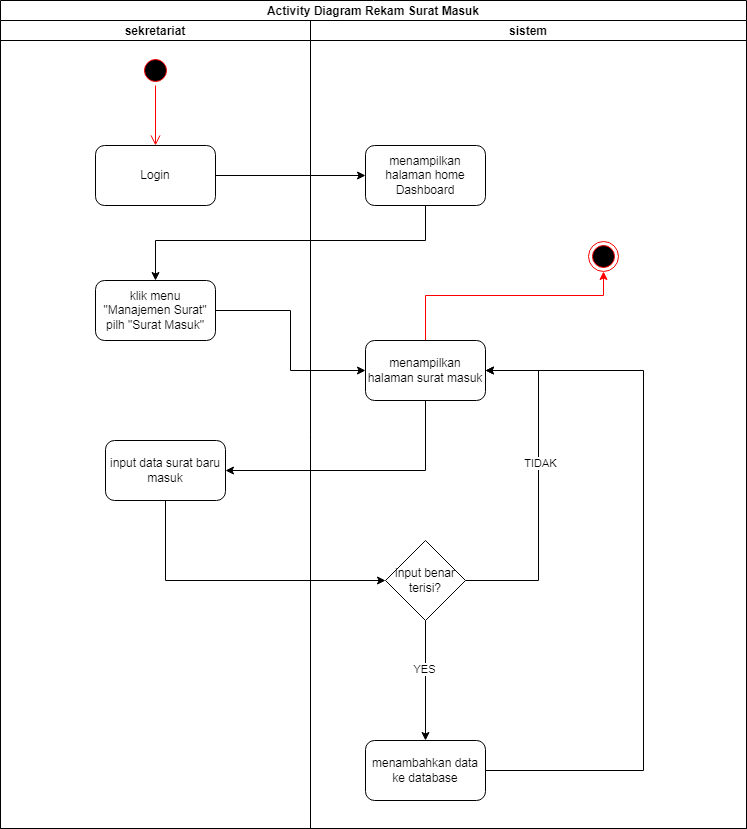
Above: SKRIPSI/UML/2. ACTIVITY/SURAT MASUK/ADD.png in Rusadi-0/KULIAH (draw.io), before the change. Source tidied: cells renumbered, new cells last; positions are measured from the earlier drawing's top-left corner, leaving out a move shared by most shapes. The source it was exported from:
```xml
<mxGraphModel>
  <root>
    <mxCell id="0" />
    <mxCell id="1" parent="0" />
    <mxCell id="2" value="Activity Diagram Rekam Surat Masuk" style="swimlane;startSize=20;" parent="1" vertex="1">
      <mxGeometry width="746" height="828" as="geometry" />
    </mxCell>
    <mxCell id="3" value="sekretariat" style="swimlane;startSize=20;" parent="2" vertex="1">
      <mxGeometry y="20" width="310" height="808" as="geometry" />
    </mxCell>
    <mxCell id="4" style="ellipse;html=1;shape=startState;fillColor=#000000;strokeColor=#ff0000;" parent="3" vertex="1">
      <mxGeometry x="140" y="35" width="30" height="30" as="geometry" />
    </mxCell>
    <mxCell id="5" style="edgeStyle=orthogonalEdgeStyle;html=1;verticalAlign=bottom;endArrow=open;endSize=8;strokeColor=#ff0000;rounded=0;entryX=0.5;entryY=0;entryDx=0;entryDy=0;exitX=0.5;exitY=1;exitDx=0;exitDy=0;" parent="3" edge="1" source="4" target="6">
      <mxGeometry relative="1" as="geometry" />
    </mxCell>
    <mxCell id="6" value="Login" style="rounded=1;whiteSpace=wrap;html=1;" parent="3" vertex="1">
      <mxGeometry x="95" y="125" width="120" height="60" as="geometry" />
    </mxCell>
    <mxCell id="7" value="klik menu &quot;Manajemen Surat&quot; pilh &quot;Surat Masuk&quot;" style="rounded=1;whiteSpace=wrap;html=1;" parent="3" vertex="1">
      <mxGeometry x="95" y="260" width="120" height="60" as="geometry" />
    </mxCell>
    <mxCell id="8" value="input data surat baru masuk" style="rounded=1;whiteSpace=wrap;html=1;" parent="3" vertex="1">
      <mxGeometry x="105" y="420" width="120" height="60" as="geometry" />
    </mxCell>
    <mxCell id="9" value="sistem" style="swimlane;startSize=20;" parent="2" vertex="1">
      <mxGeometry x="310" y="20" width="436" height="808" as="geometry" />
    </mxCell>
    <mxCell id="10" value="menampilkan halaman home Dashboard" style="rounded=1;whiteSpace=wrap;html=1;" parent="9" vertex="1">
      <mxGeometry x="55" y="125" width="120" height="60" as="geometry" />
    </mxCell>
    <mxCell id="11" style="edgeStyle=orthogonalEdgeStyle;rounded=0;jettySize=auto;html=1;strokeColor=#FF0000;" parent="9" edge="1" source="12" target="20">
      <mxGeometry relative="1" as="geometry">
        <Array as="points">
          <mxPoint x="115" y="275" />
          <mxPoint x="293" y="275" />
        </Array>
      </mxGeometry>
    </mxCell>
    <mxCell id="12" value="menampilkan halaman surat masuk" style="rounded=1;whiteSpace=wrap;html=1;" parent="9" vertex="1">
      <mxGeometry x="55" y="320" width="120" height="60" as="geometry" />
    </mxCell>
    <mxCell id="13" style="edgeStyle=orthogonalEdgeStyle;rounded=0;jettySize=auto;html=1;entryX=1;entryY=0.5;entryDx=0;entryDy=0;" parent="9" edge="1" source="17" target="12">
      <mxGeometry relative="1" as="geometry">
        <Array as="points">
          <mxPoint x="228" y="560" />
          <mxPoint x="228" y="350" />
        </Array>
      </mxGeometry>
    </mxCell>
    <mxCell id="14" value="TIDAK" style="edgeLabel;html=1;align=center;verticalAlign=middle;" parent="13" vertex="1">
      <mxGeometry x="0.14" y="-1" relative="1" as="geometry" />
    </mxCell>
    <mxCell id="15" style="edgeStyle=orthogonalEdgeStyle;rounded=0;jettySize=auto;html=1;entryX=0.5;entryY=0;entryDx=0;entryDy=0;" parent="9" edge="1" source="17" target="19">
      <mxGeometry relative="1" as="geometry" />
    </mxCell>
    <mxCell id="16" value="YES" style="edgeLabel;html=1;align=center;verticalAlign=middle;" parent="15" vertex="1">
      <mxGeometry x="-0.2" y="-2" relative="1" as="geometry" />
    </mxCell>
    <mxCell id="17" value="input benar terisi?" style="rhombus;whiteSpace=wrap;html=1;" parent="9" vertex="1">
      <mxGeometry x="75" y="520" width="80" height="80" as="geometry" />
    </mxCell>
    <mxCell id="18" style="edgeStyle=orthogonalEdgeStyle;rounded=0;jettySize=auto;html=1;entryX=1;entryY=0.5;entryDx=0;entryDy=0;" parent="9" edge="1" source="19" target="12">
      <mxGeometry relative="1" as="geometry">
        <Array as="points">
          <mxPoint x="333" y="750" />
          <mxPoint x="333" y="350" />
        </Array>
      </mxGeometry>
    </mxCell>
    <mxCell id="19" value="menambahkan data ke database" style="rounded=1;whiteSpace=wrap;html=1;" parent="9" vertex="1">
      <mxGeometry x="55" y="720" width="120" height="60" as="geometry" />
    </mxCell>
    <mxCell id="20" style="ellipse;html=1;shape=endState;fillColor=#000000;strokeColor=#ff0000;" parent="9" vertex="1">
      <mxGeometry x="278" y="221" width="30" height="30" as="geometry" />
    </mxCell>
    <mxCell id="21" style="edgeStyle=orthogonalEdgeStyle;rounded=0;jettySize=auto;html=1;entryX=0;entryY=0.5;entryDx=0;entryDy=0;" parent="2" edge="1" source="6" target="10">
      <mxGeometry relative="1" as="geometry" />
    </mxCell>
    <mxCell id="22" style="edgeStyle=orthogonalEdgeStyle;rounded=0;jettySize=auto;html=1;entryX=0.5;entryY=0;entryDx=0;entryDy=0;" parent="2" edge="1" source="10" target="7">
      <mxGeometry relative="1" as="geometry">
        <Array as="points">
          <mxPoint x="425" y="240" />
          <mxPoint x="155" y="240" />
        </Array>
      </mxGeometry>
    </mxCell>
    <mxCell id="23" style="edgeStyle=orthogonalEdgeStyle;rounded=0;jettySize=auto;html=1;entryX=0;entryY=0.5;entryDx=0;entryDy=0;" parent="2" edge="1" source="7" target="12">
      <mxGeometry relative="1" as="geometry" />
    </mxCell>
    <mxCell id="24" style="edgeStyle=orthogonalEdgeStyle;rounded=0;jettySize=auto;html=1;entryX=1;entryY=0.5;entryDx=0;entryDy=0;" parent="2" edge="1" source="12" target="8">
      <mxGeometry relative="1" as="geometry">
        <Array as="points">
          <mxPoint x="425" y="470" />
        </Array>
      </mxGeometry>
    </mxCell>
    <mxCell id="25" style="edgeStyle=orthogonalEdgeStyle;rounded=0;jettySize=auto;html=1;entryX=0;entryY=0.5;entryDx=0;entryDy=0;" parent="2" edge="1" source="8" target="17">
      <mxGeometry relative="1" as="geometry">
        <Array as="points">
          <mxPoint x="165" y="580" />
        </Array>
      </mxGeometry>
    </mxCell>
  </root>
</mxGraphModel>
```
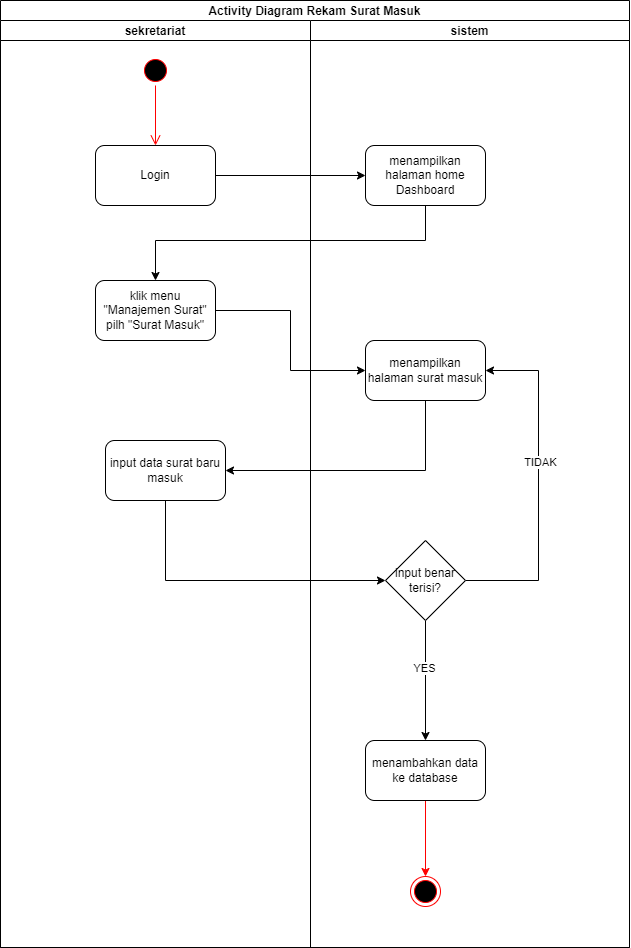
After the commit.

Change to the diagram source:
```diff
@@ -3,10 +3,10 @@
     <mxCell id="0" />
     <mxCell id="1" parent="0" />
     <mxCell id="2" value="Activity Diagram Rekam Surat Masuk" style="swimlane;startSize=20;" parent="1" vertex="1">
-      <mxGeometry width="746" height="828" as="geometry" />
+      <mxGeometry width="629" height="947" as="geometry" />
     </mxCell>
     <mxCell id="3" value="sekretariat" style="swimlane;startSize=20;" parent="2" vertex="1">
-      <mxGeometry y="20" width="310" height="808" as="geometry" />
+      <mxGeometry y="20" width="310" height="927" as="geometry" />
     </mxCell>
     <mxCell id="4" style="ellipse;html=1;shape=startState;fillColor=#000000;strokeColor=#ff0000;" parent="3" vertex="1">
       <mxGeometry x="140" y="35" width="30" height="30" as="geometry" />
@@ -24,19 +24,11 @@
       <mxGeometry x="105" y="420" width="120" height="60" as="geometry" />
     </mxCell>
     <mxCell id="9" value="sistem" style="swimlane;startSize=20;" parent="2" vertex="1">
-      <mxGeometry x="310" y="20" width="436" height="808" as="geometry" />
+      <mxGeometry x="310" y="20" width="319" height="927" as="geometry" />
     </mxCell>
     <mxCell id="10" value="menampilkan halaman home Dashboard" style="rounded=1;whiteSpace=wrap;html=1;" parent="9" vertex="1">
       <mxGeometry x="55" y="125" width="120" height="60" as="geometry" />
     </mxCell>
-    <mxCell id="11" style="edgeStyle=orthogonalEdgeStyle;rounded=0;jettySize=auto;html=1;strokeColor=#FF0000;" parent="9" edge="1" source="12" target="20">
-      <mxGeometry relative="1" as="geometry">
-        <Array as="points">
-          <mxPoint x="115" y="275" />
-          <mxPoint x="293" y="275" />
-        </Array>
-      </mxGeometry>
-    </mxCell>
     <mxCell id="12" value="menampilkan halaman surat masuk" style="rounded=1;whiteSpace=wrap;html=1;" parent="9" vertex="1">
       <mxGeometry x="55" y="320" width="120" height="60" as="geometry" />
     </mxCell>
@@ -60,20 +52,15 @@
     <mxCell id="17" value="input benar terisi?" style="rhombus;whiteSpace=wrap;html=1;" parent="9" vertex="1">
       <mxGeometry x="75" y="520" width="80" height="80" as="geometry" />
     </mxCell>
-    <mxCell id="18" style="edgeStyle=orthogonalEdgeStyle;rounded=0;jettySize=auto;html=1;entryX=1;entryY=0.5;entryDx=0;entryDy=0;" parent="9" edge="1" source="19" target="12">
-      <mxGeometry relative="1" as="geometry">
-        <Array as="points">
-          <mxPoint x="333" y="750" />
-          <mxPoint x="333" y="350" />
-        </Array>
-      </mxGeometry>
-    </mxCell>
+    <mxCell id="26" style="edgeStyle=orthogonalEdgeStyle;rounded=0;jettySize=auto;html=1;entryX=0.5;entryY=0;entryDx=0;entryDy=0;strokeColor=#FF0000;" parent="9" edge="1" source="19" target="27">
+      <mxGeometry relative="1" as="geometry" />
+    </mxCell>
     <mxCell id="19" value="menambahkan data ke database" style="rounded=1;whiteSpace=wrap;html=1;" parent="9" vertex="1">
       <mxGeometry x="55" y="720" width="120" height="60" as="geometry" />
     </mxCell>
-    <mxCell id="20" style="ellipse;html=1;shape=endState;fillColor=#000000;strokeColor=#ff0000;" parent="9" vertex="1">
-      <mxGeometry x="278" y="221" width="30" height="30" as="geometry" />
-    </mxCell>
+    <mxCell id="27" style="ellipse;html=1;shape=endState;fillColor=#000000;strokeColor=#ff0000;" parent="9" vertex="1">
+      <mxGeometry x="100" y="856" width="30" height="30" as="geometry" />
+    </mxCell>
     <mxCell id="21" style="edgeStyle=orthogonalEdgeStyle;rounded=0;jettySize=auto;html=1;entryX=0;entryY=0.5;entryDx=0;entryDy=0;" parent="2" edge="1" source="6" target="10">
       <mxGeometry relative="1" as="geometry" />
     </mxCell>
```
